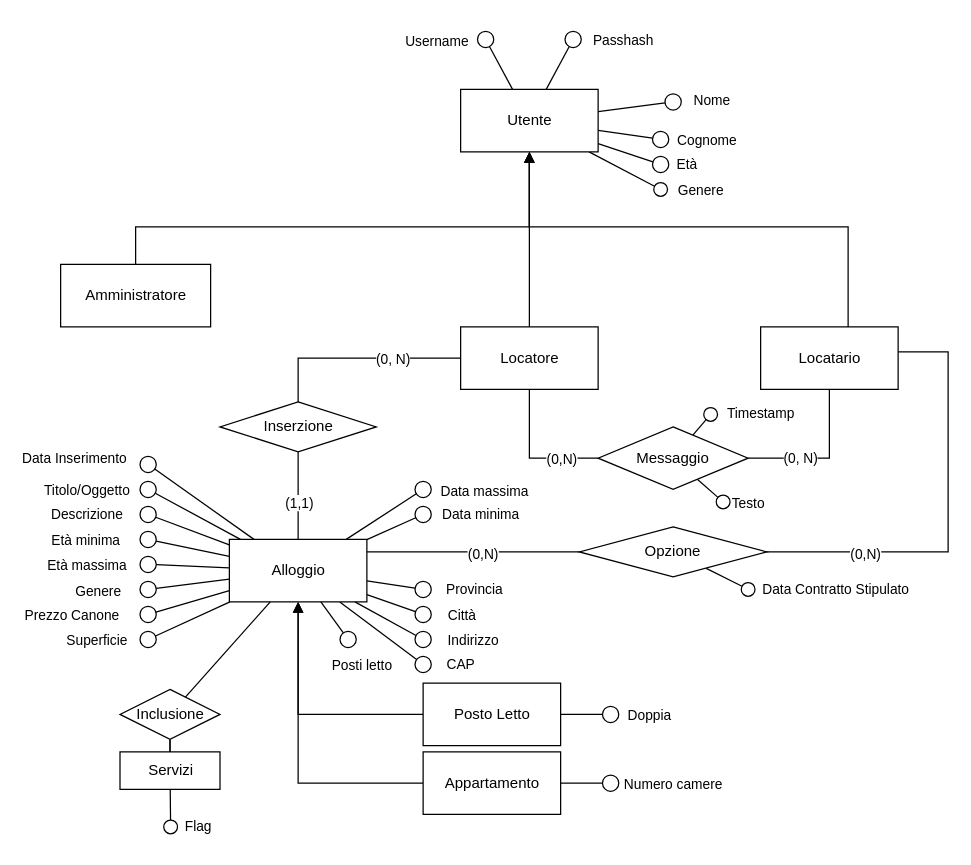
begbaj/tecweb keeps this draw.io diagram as page "Page-1" (1 of 3) of diagrams/database.drawio. Above is the earlier version. Source tidied: cells renumbered, new cells numbered last; positions are measured from the earlier drawing's top-left corner, leaving out a move shared by most shapes. Both pictures are drawn from the tidied source at 125%, with x=0, y=0 at pixel (60, 39).
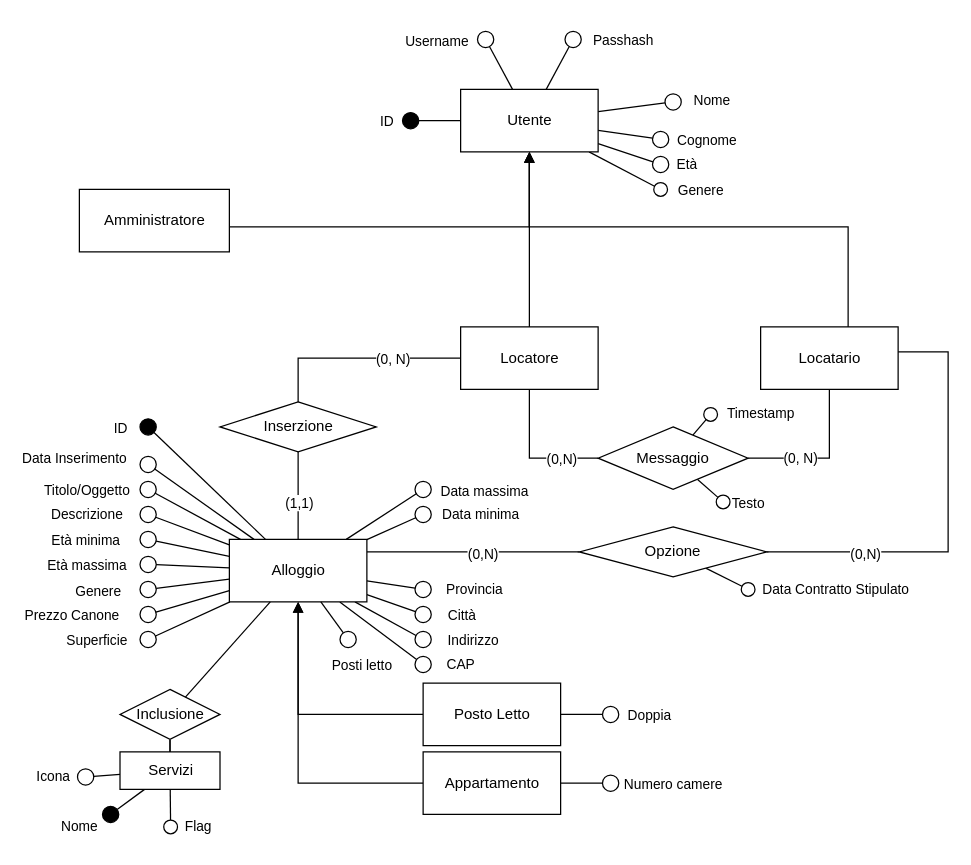
Above is the later version.

Commit message (it also covers changes not shown here):
logic diagram

The change refers to these unchanged cells:
```xml
<mxCell id="24" value="Utente" style="html=1;" parent="1" vertex="1">
  <mxGeometry x="320" y="40" width="110" height="50" as="geometry" />
</mxCell>
<mxCell id="56" value="Alloggio" style="html=1;" parent="1" vertex="1">
  <mxGeometry x="135" y="400" width="110" height="50" as="geometry" />
</mxCell>
<mxCell id="84" value="Servizi" style="html=1;" parent="1" vertex="1">
  <mxGeometry x="47.5" y="570" width="80" height="30" as="geometry" />
</mxCell>
```

Change to the diagram source:
```diff
@@
+    <mxCell id="88" style="edgeStyle=none;rounded=0;jumpSize=6;jettySize=auto;html=1;endArrow=oval;endFill=1;endSize=13;" parent="1" edge="1" source="24">
+      <mxGeometry relative="1" as="geometry">
+        <mxPoint x="280" y="65" as="targetPoint" />
+      </mxGeometry>
+    </mxCell>
+    <mxCell id="89" value="ID" style="edgeLabel;html=1;align=center;verticalAlign=middle;" parent="88" vertex="1">
+      <mxGeometry x="0.92" y="7" relative="1" as="geometry">
+        <mxPoint x="-22" y="-7" as="offset" />
+      </mxGeometry>
+    </mxCell>
@@
     <mxCell id="26" value="Amministratore" style="html=1;" parent="1" vertex="1">
-      <mxGeometry y="180" width="120" height="50" as="geometry" />
+      <mxGeometry x="15" y="120" width="120" height="50" as="geometry" />
     </mxCell>
@@
+    <mxCell id="90" style="rounded=0;jettySize=auto;html=1;endArrow=oval;endFill=1;jumpSize=6;endSize=13;" parent="1" edge="1" source="56">
+      <mxGeometry relative="1" as="geometry">
+        <mxPoint x="70" y="310" as="targetPoint" />
+      </mxGeometry>
+    </mxCell>
+    <mxCell id="91" value="ID" style="edgeLabel;html=1;align=center;verticalAlign=middle;" parent="90" vertex="1">
+      <mxGeometry x="0.91" y="-3" relative="1" as="geometry">
+        <mxPoint x="-29" y="-2" as="offset" />
+      </mxGeometry>
+    </mxCell>
@@
+    <mxCell id="92" style="edgeStyle=none;rounded=0;jumpSize=6;jettySize=auto;html=1;endArrow=oval;endFill=1;endSize=13;" parent="1" edge="1" source="84">
+      <mxGeometry relative="1" as="geometry">
+        <mxPoint x="40" y="620" as="targetPoint" />
+      </mxGeometry>
+    </mxCell>
+    <mxCell id="93" value="Nome" style="edgeLabel;html=1;align=center;verticalAlign=middle;" parent="92" vertex="1">
+      <mxGeometry x="1" y="6" relative="1" as="geometry">
+        <mxPoint x="-29" y="5" as="offset" />
+      </mxGeometry>
+    </mxCell>
+    <mxCell id="94" style="edgeStyle=none;rounded=0;jumpSize=6;jettySize=auto;html=1;endArrow=oval;endFill=0;endSize=13;" parent="1" edge="1" source="84">
+      <mxGeometry relative="1" as="geometry">
+        <mxPoint x="20" y="590" as="targetPoint" />
+      </mxGeometry>
+    </mxCell>
+    <mxCell id="95" value="Icona" style="edgeLabel;html=1;align=center;verticalAlign=middle;" parent="94" vertex="1">
+      <mxGeometry x="0.81" y="4" relative="1" as="geometry">
+        <mxPoint x="-29" y="-4" as="offset" />
+      </mxGeometry>
+    </mxCell>
```
